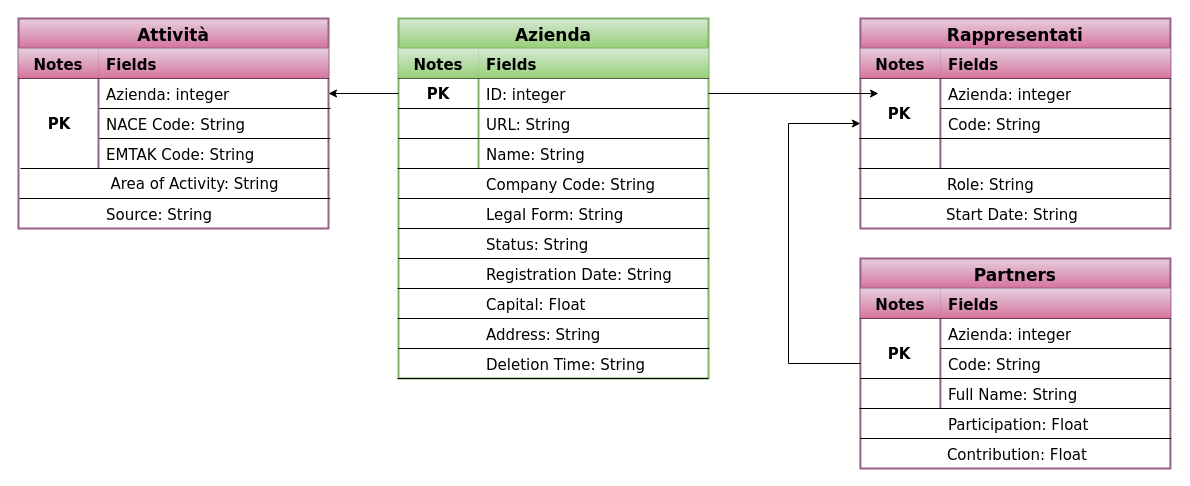
This is Modelli di dati/e-business-schema.drawio from piebaroni/Web-Scraping-homework5, a draw.io file, before an edit. Source tidied: cells renumbered, new cells numbered last; positions are measured from the earlier drawing's top-left corner, leaving out a move shared by most shapes. Both pictures are drawn from the tidied source at 100%, with x=0, y=0 at pixel (18, 18).
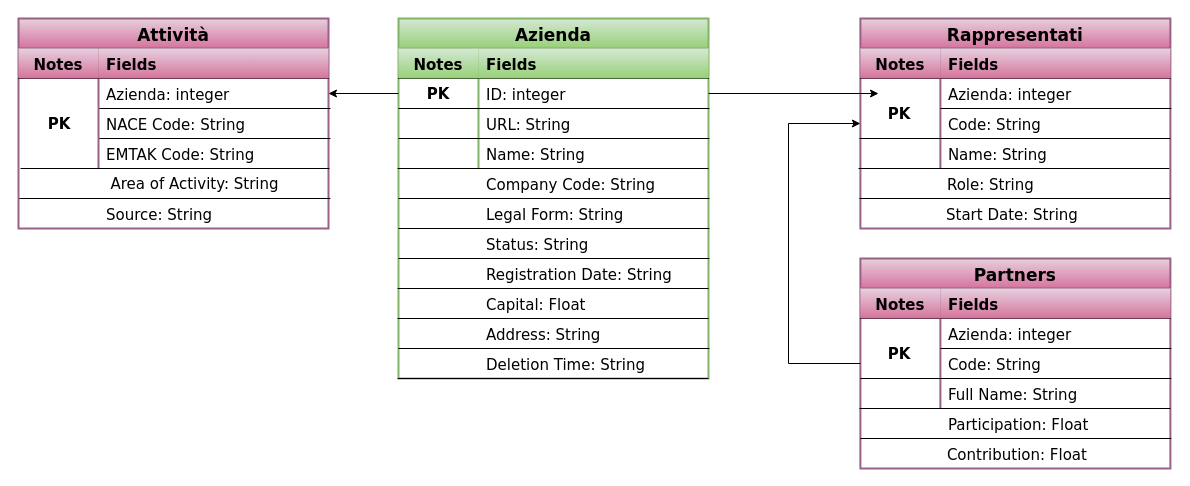
The same page after the edit.

Unchanged cells that the change refers to:
```xml
<mxCell id="53" style="shape=partialRectangle;fillColor=none;top=0;left=0;bottom=0;right=0;fontSize=15;fontFamily=Verdana;" parent="43" vertex="1">
  <mxGeometry y="120" width="310" height="30" as="geometry" />
</mxCell>
```

Change to the diagram source:
```diff
@@
-    <mxCell id="55" style="shape=partialRectangle;fillColor=none;top=0;left=0;bottom=0;right=0;align=left;spacingLeft=6;overflow=hidden;fontSize=15;perimeterSpacing=0;strokeColor=#000000;fontFamily=Verdana;" parent="53" vertex="1">
+    <mxCell id="55" value="Name: String" style="shape=partialRectangle;fillColor=none;top=0;left=0;bottom=0;right=0;align=left;spacingLeft=6;overflow=hidden;fontSize=15;perimeterSpacing=0;strokeColor=#000000;fontFamily=Verdana;" parent="53" vertex="1">
       <mxGeometry x="80" width="230" height="30" as="geometry" />
     </mxCell>
```
